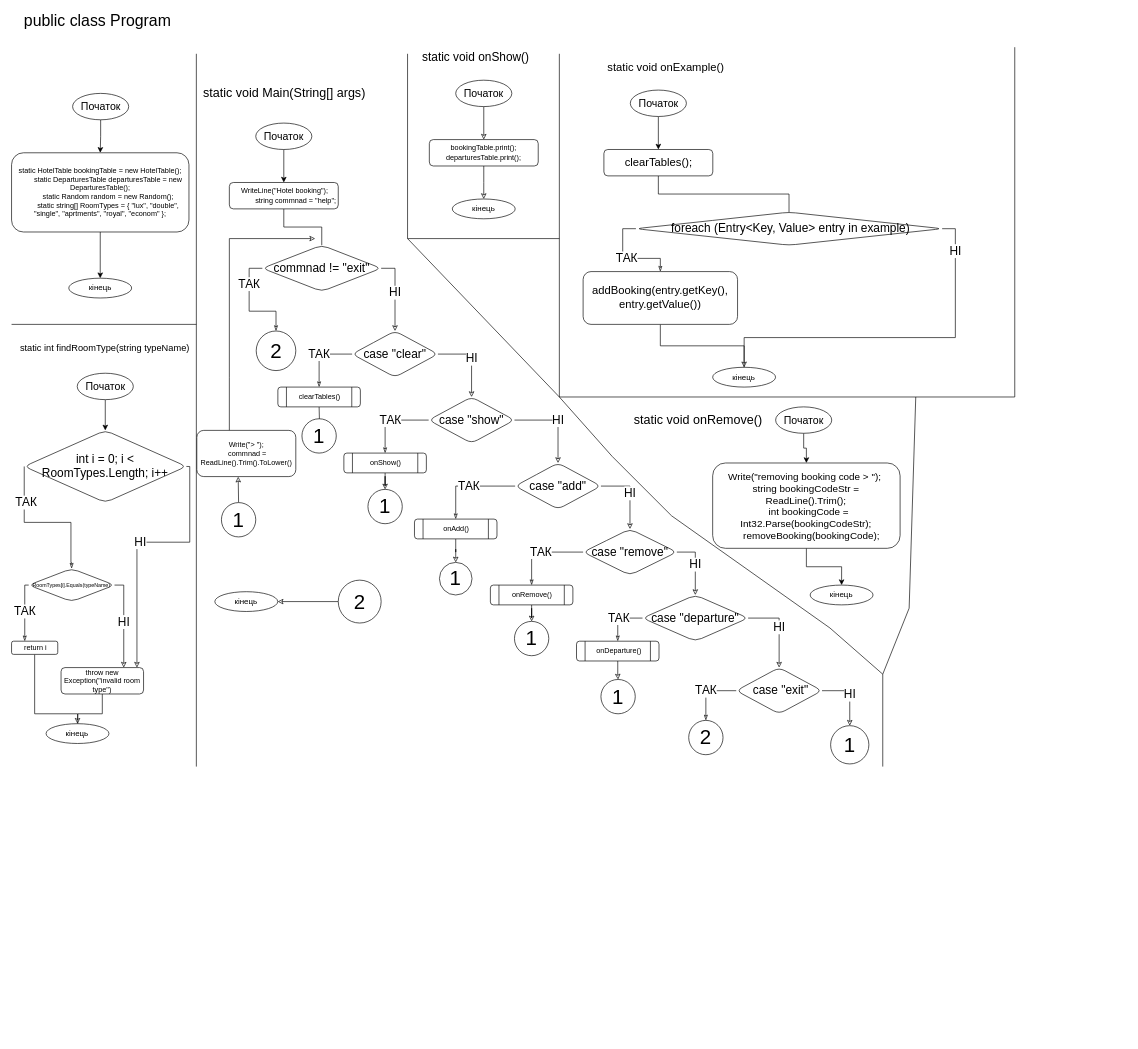
The draw.io diagram asd_2 term/laba_7/laba7.drawio in IKatiaI/ads-nahorna-kp13, before the edit. Source tidied: cells renumbered, new cells numbered last; positions are measured from the earlier drawing's top-left corner, leaving out a move shared by most shapes. Both pictures are drawn from the tidied source at 66%, with x=0, y=0 at pixel (11, 14).
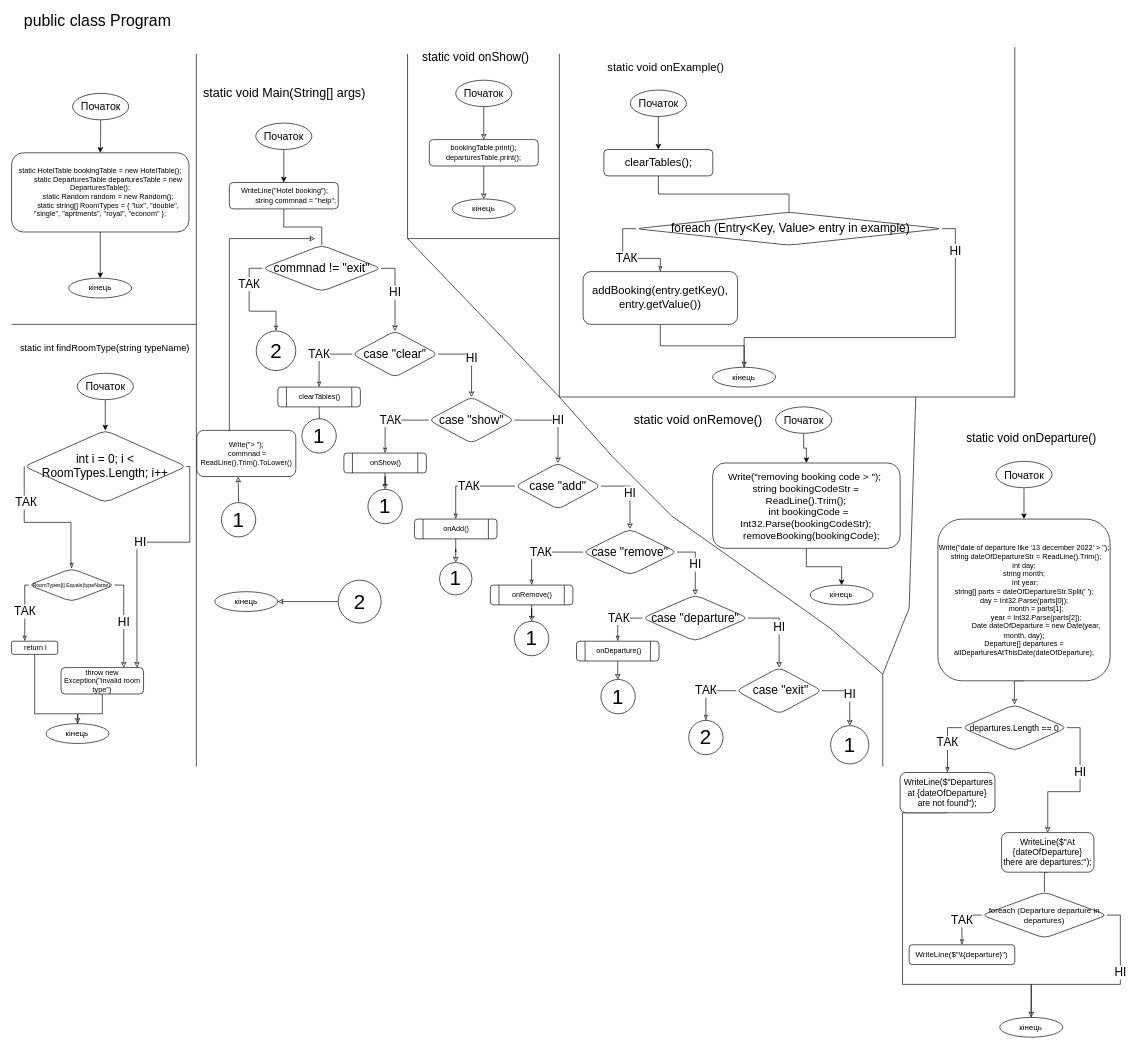
The same page after the edit.

Diff of the diagram source:
```diff
@@
+    <mxCell id="105" style="edgeStyle=orthogonalEdgeStyle;rounded=0;jettySize=auto;html=1;exitX=0.5;exitY=1;exitDx=0;exitDy=0;fontSize=24;entryX=0.5;entryY=0;entryDx=0;entryDy=0;" parent="1" edge="1" source="106" target="108">
+      <mxGeometry relative="1" as="geometry" />
+    </mxCell>
+    <mxCell id="106" value="Початок" style="ellipse;whiteSpace=wrap;html=1;fontSize=16;strokeWidth=1;" parent="1" vertex="1">
+      <mxGeometry x="1491.5" y="677.5" width="85" height="40" as="geometry" />
+    </mxCell>
+    <mxCell id="107" style="edgeStyle=orthogonalEdgeStyle;rounded=0;jettySize=auto;html=1;exitX=0.5;exitY=1;exitDx=0;exitDy=0;fontSize=11;endArrow=classic;endFill=0;entryX=0.5;entryY=0;entryDx=0;entryDy=0;" parent="1" edge="1" source="108" target="112">
+      <mxGeometry relative="1" as="geometry" />
+    </mxCell>
+    <mxCell id="108" value="&lt;div style=&quot;font-size: 11px;&quot;&gt;Write(&quot;date of departure like '13 december 2022' &amp;gt; &quot;);&lt;/div&gt;&lt;div style=&quot;font-size: 11px;&quot;&gt;&amp;nbsp; string dateOfDepartureStr = ReadLine().Trim();&lt;/div&gt;&lt;div style=&quot;font-size: 11px;&quot;&gt;int day;&lt;/div&gt;&lt;div style=&quot;font-size: 11px;&quot;&gt;string month;&lt;/div&gt;&lt;div style=&quot;font-size: 11px;&quot;&gt;&amp;nbsp;int year;&lt;/div&gt;&lt;div style=&quot;font-size: 11px;&quot;&gt;string[] parts = dateOfDepartureStr.Split(' ');&lt;/div&gt;&lt;div style=&quot;font-size: 11px;&quot;&gt;&lt;div&gt;day = Int32.Parse(parts[0]);&lt;/div&gt;&lt;div&gt;&amp;nbsp; &amp;nbsp; &amp;nbsp; &amp;nbsp; &amp;nbsp; &amp;nbsp; month = parts[1];&lt;/div&gt;&lt;div&gt;&amp;nbsp; &amp;nbsp; &amp;nbsp; &amp;nbsp; &amp;nbsp; &amp;nbsp; year = Int32.Parse(parts[2]);&lt;/div&gt;&lt;div&gt;&amp;nbsp; &amp;nbsp; &amp;nbsp; &amp;nbsp; &amp;nbsp; &amp;nbsp; Date dateOfDeparture = new Date(year, month, day);&lt;/div&gt;&lt;div&gt;Departure[] departures = allDeparturesAtThisDate(dateOfDeparture);&lt;/div&gt;&lt;/div&gt;" style="rounded=1;whiteSpace=wrap;html=1;sketch=0;fontSize=11;" parent="1" vertex="1">
+      <mxGeometry x="1403.5" y="765" width="261" height="245" as="geometry" />
+    </mxCell>
+    <mxCell id="109" value="&lt;font style=&quot;font-size: 18px;&quot;&gt;static void onDeparture()&lt;/font&gt;" style="text;html=1;align=center;verticalAlign=middle;strokeColor=none;fillColor=none;fontSize=19;" parent="1" vertex="1">
+      <mxGeometry x="1440" y="627.5" width="210" height="30" as="geometry" />
+    </mxCell>
+    <mxCell id="110" value="ТАК" style="edgeStyle=orthogonalEdgeStyle;rounded=0;jettySize=auto;html=1;exitX=0;exitY=0.5;exitDx=0;exitDy=0;fontFamily=Helvetica;fontSize=18;fontColor=default;endArrow=classicThin;endFill=0;strokeWidth=1;" parent="1" edge="1" source="112" target="114">
+      <mxGeometry relative="1" as="geometry" />
+    </mxCell>
+    <mxCell id="111" value="НІ" style="edgeStyle=orthogonalEdgeStyle;rounded=0;jettySize=auto;html=1;exitX=1;exitY=0.5;exitDx=0;exitDy=0;fontFamily=Helvetica;fontSize=18;fontColor=default;endArrow=classic;endFill=0;strokeWidth=1;entryX=0.5;entryY=0;entryDx=0;entryDy=0;" parent="1" edge="1" source="112" target="116">
+      <mxGeometry x="-0.24" relative="1" as="geometry" />
+    </mxCell>
+    <mxCell id="112" value="departures.Length == 0" style="rhombus;whiteSpace=wrap;html=1;rounded=1;sketch=0;fontFamily=Helvetica;fontSize=13;fontColor=default;strokeColor=default;fillColor=default;" parent="1" vertex="1">
+      <mxGeometry x="1440" y="1046" width="159" height="70" as="geometry" />
+    </mxCell>
+    <mxCell id="113" style="edgeStyle=orthogonalEdgeStyle;rounded=0;jettySize=auto;html=1;exitX=0.5;exitY=1;exitDx=0;exitDy=0;entryX=0.5;entryY=0;entryDx=0;entryDy=0;fontSize=12;endArrow=none;endFill=0;" parent="1" edge="1" source="114" target="122">
+      <mxGeometry relative="1" as="geometry">
+        <Array as="points">
+          <mxPoint x="1350" y="1210" />
+          <mxPoint x="1350" y="1470" />
+          <mxPoint x="1545" y="1470" />
+        </Array>
+      </mxGeometry>
+    </mxCell>
+    <mxCell id="114" value="&amp;nbsp;WriteLine($&quot;Departures at {dateOfDeparture} are not found&quot;);" style="rounded=1;whiteSpace=wrap;html=1;fontSize=13;" parent="1" vertex="1">
+      <mxGeometry x="1346.3" y="1149" width="143.7" height="61" as="geometry" />
+    </mxCell>
+    <mxCell id="115" style="edgeStyle=orthogonalEdgeStyle;rounded=0;jettySize=auto;html=1;exitX=0.5;exitY=1;exitDx=0;exitDy=0;fontSize=13;endArrow=none;endFill=0;entryX=0.5;entryY=0;entryDx=0;entryDy=0;" parent="1" edge="1" source="116" target="119">
+      <mxGeometry relative="1" as="geometry" />
+    </mxCell>
+    <mxCell id="116" value="WriteLine($&quot;At {dateOfDeparture} there are departures:&quot;);" style="rounded=1;whiteSpace=wrap;html=1;fontSize=13;" parent="1" vertex="1">
+      <mxGeometry x="1500" y="1240" width="140" height="60" as="geometry" />
+    </mxCell>
+    <mxCell id="117" value="ТАК" style="edgeStyle=orthogonalEdgeStyle;rounded=0;jettySize=auto;html=1;exitX=0;exitY=0.5;exitDx=0;exitDy=0;fontFamily=Helvetica;fontSize=18;fontColor=default;endArrow=classicThin;endFill=0;strokeWidth=1;" parent="1" edge="1" source="119" target="120">
+      <mxGeometry relative="1" as="geometry" />
+    </mxCell>
+    <mxCell id="118" value="НІ" style="edgeStyle=orthogonalEdgeStyle;rounded=0;jettySize=auto;html=1;exitX=1;exitY=0.5;exitDx=0;exitDy=0;fontFamily=Helvetica;fontSize=18;fontColor=default;endArrow=classic;endFill=0;strokeWidth=1;" parent="1" edge="1" source="119" target="122">
+      <mxGeometry x="-0.31" relative="1" as="geometry">
+        <Array as="points">
+          <mxPoint x="1680" y="1365" />
+          <mxPoint x="1680" y="1470" />
+          <mxPoint x="1545" y="1470" />
+        </Array>
+      </mxGeometry>
+    </mxCell>
+    <mxCell id="119" value="foreach (Departure departure in departures)" style="rhombus;whiteSpace=wrap;html=1;rounded=1;sketch=0;fontFamily=Helvetica;fontSize=12;fontColor=default;strokeColor=default;fillColor=default;" parent="1" vertex="1">
+      <mxGeometry x="1470" y="1330" width="190" height="70" as="geometry" />
+    </mxCell>
+    <mxCell id="120" value="WriteLine($&quot;\t{departure}&quot;)" style="rounded=1;whiteSpace=wrap;html=1;fontSize=12;" parent="1" vertex="1">
+      <mxGeometry x="1360" y="1410" width="160" height="30" as="geometry" />
+    </mxCell>
+    <mxCell id="121" style="edgeStyle=orthogonalEdgeStyle;rounded=0;orthogonalLoop=1;jettySize=auto;html=1;exitX=0.5;exitY=1;exitDx=0;exitDy=0;fontSize=12;endArrow=none;endFill=0;" parent="1" edge="1" source="120" target="120">
+      <mxGeometry relative="1" as="geometry" />
+    </mxCell>
+    <mxCell id="122" value="кінець" style="ellipse;whiteSpace=wrap;html=1;rounded=1;sketch=0;fontSize=12;" parent="1" vertex="1">
+      <mxGeometry x="1497.3" y="1520" width="95.3" height="30" as="geometry" />
+    </mxCell>
```
